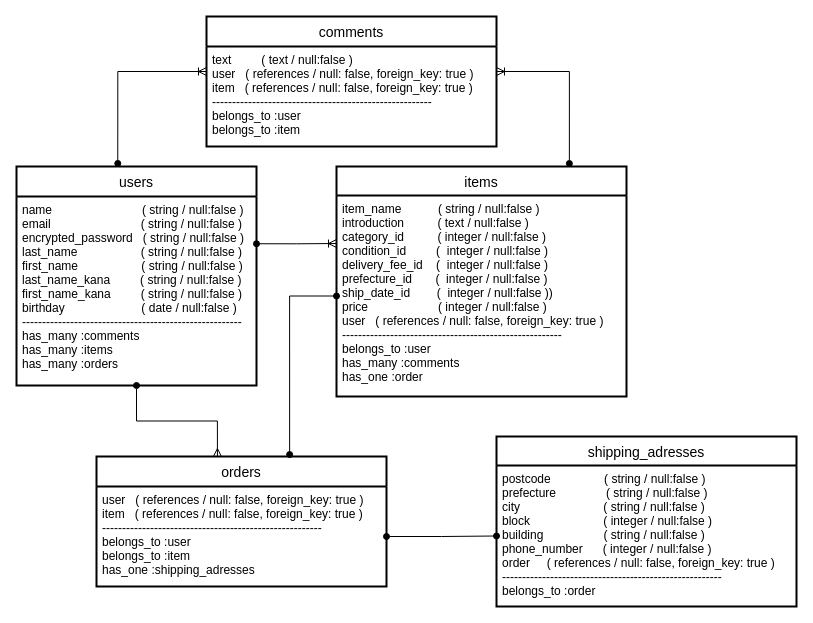
The draw.io diagram furima.dio in ynghr1226/furima-32454, before the edit. Source tidied: cells renumbered, new cells numbered last; positions are measured from the earlier drawing's top-left corner, leaving out a move shared by most shapes. Both pictures are drawn from the tidied source at 100%, with x=0, y=0 at pixel (16, 16).
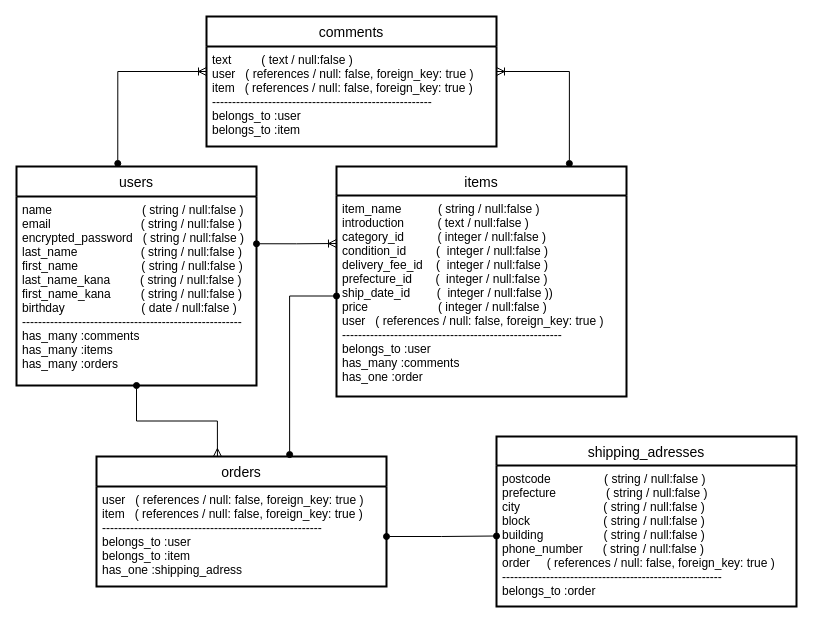
Above is the later version.

Commit message (it also covers changes not shown here):
データベース設計：レビュー修正_2

### ER図

https://gyazo.com/347c973a28c663d4bc365ed24d22b24e

What changed in the source:
```diff
@@
 <mxGraphModel>
   <root>
     <mxCell id="0" />
     <mxCell id="1" parent="0" />
     <mxCell id="2" value="users" style="swimlane;horizontal=1;startSize=30;rounded=0;fontSize=14;fontStyle=0;strokeWidth=2;shadow=0;dashed=0;align=center;" parent="1" vertex="1">
       <mxGeometry y="150" width="240" height="219" as="geometry" />
     </mxCell>
     <mxCell id="3" value="name                           ( string / null:false )&#10;email                           ( string / null:false )&#10;encrypted_password   ( string / null:false )&#10;last_name                   ( string / null:false )&#10;first_name                   ( string / null:false )&#10;last_name_kana         ( string / null:false )&#10;first_name_kana         ( string / null:false )&#10;birthday                       ( date / null:false )&#10;-------------------------------------------------------&#10;has_many :comments&#10;has_many :items&#10;has_many :orders " style="align=left;strokeColor=none;fillColor=none;spacingLeft=4;fontSize=12;verticalAlign=top;" parent="2" vertex="1">
       <mxGeometry y="30" width="240" height="189" as="geometry" />
     </mxCell>
     <mxCell id="4" value="items" style="swimlane;horizontal=1;startSize=29;rounded=0;fontSize=14;fontStyle=0;strokeWidth=2;shadow=0;align=center;" parent="1" vertex="1">
       <mxGeometry x="320" y="150" width="290" height="230" as="geometry" />
     </mxCell>
     <mxCell id="5" value="item_name           ( string / null:false )&#10;introduction          ( text / null:false )&#10;category_id          ( integer / null:false )&#10;condition_id         (  integer / null:false )&#10;delivery_fee_id    (  integer / null:false )&#10;prefecture_id       (  integer / null:false )&#10;ship_date_id        (  integer / null:false ))&#10;price                     ( integer / null:false )&#10;user   ( references / null: false, foreign_key: true )&#10;-------------------------------------------------------&#10;belongs_to :user&#10;has_many :comments&#10;has_one :order" style="align=left;strokeColor=none;fillColor=none;spacingLeft=4;fontSize=12;verticalAlign=top;dashed=1;" parent="4" vertex="1">
       <mxGeometry y="29" width="290" height="201" as="geometry" />
     </mxCell>
     <mxCell id="6" value="shipping_adresses" style="swimlane;horizontal=1;startSize=29;rounded=0;fontSize=14;fontStyle=0;strokeWidth=2;shadow=0;align=center;" parent="1" vertex="1">
       <mxGeometry x="480" y="420" width="300" height="170" as="geometry" />
     </mxCell>
-    <mxCell id="7" value="postcode                ( string / null:false )&#10;prefecture               ( string / null:false )&#10;city                         ( string / null:false )&#10;block                      ( integer / null:false )&#10;building                  ( string / null:false )&#10;phone_number      ( integer / null:false )&#10;order     ( references / null: false, foreign_key: true )&#10;-------------------------------------------------------&#10;belongs_to :order&#10;" style="align=left;strokeColor=none;fillColor=none;spacingLeft=4;fontSize=12;verticalAlign=top;dashed=1;" parent="6" vertex="1">
+    <mxCell id="7" value="postcode                ( string / null:false )&#10;prefecture               ( string / null:false )&#10;city                         ( string / null:false )&#10;block                      ( string / null:false )&#10;building                  ( string / null:false )&#10;phone_number      ( string / null:false )&#10;order     ( references / null: false, foreign_key: true )&#10;-------------------------------------------------------&#10;belongs_to :order&#10;" style="align=left;strokeColor=none;fillColor=none;spacingLeft=4;fontSize=12;verticalAlign=top;dashed=1;" parent="6" vertex="1">
       <mxGeometry y="29" width="300" height="141" as="geometry" />
     </mxCell>
     <mxCell id="8" value="orders" style="swimlane;horizontal=1;startSize=30;rounded=0;fontSize=14;fontStyle=0;strokeWidth=2;shadow=0;dashed=0;align=center;" parent="1" vertex="1">
       <mxGeometry x="80" y="440" width="290" height="130" as="geometry" />
     </mxCell>
-    <mxCell id="9" value="user   ( references / null: false, foreign_key: true )&#10;item   ( references / null: false, foreign_key: true )&#10;-------------------------------------------------------&#10;belongs_to :user&#10;belongs_to :item&#10;has_one :shipping_adresses" style="align=left;strokeColor=none;fillColor=none;spacingLeft=4;fontSize=12;verticalAlign=top;" parent="8" vertex="1">
+    <mxCell id="9" value="user   ( references / null: false, foreign_key: true )&#10;item   ( references / null: false, foreign_key: true )&#10;-------------------------------------------------------&#10;belongs_to :user&#10;belongs_to :item&#10;has_one :shipping_adress" style="align=left;strokeColor=none;fillColor=none;spacingLeft=4;fontSize=12;verticalAlign=top;" parent="8" vertex="1">
       <mxGeometry y="30" width="290" height="100" as="geometry" />
     </mxCell>
     <mxCell id="10" value="comments" style="swimlane;horizontal=1;startSize=30;rounded=0;fontSize=14;fontStyle=0;strokeWidth=2;shadow=0;dashed=0;align=center;" parent="1" vertex="1">
       <mxGeometry x="190" width="290" height="130" as="geometry" />
     </mxCell>
     <mxCell id="11" value="text         ( text / null:false )&#10;user   ( references / null: false, foreign_key: true )&#10;item   ( references / null: false, foreign_key: true )&#10;-------------------------------------------------------&#10;belongs_to :user&#10;belongs_to :item" style="align=left;strokeColor=none;fillColor=none;spacingLeft=4;fontSize=12;verticalAlign=top;" parent="10" vertex="1">
       <mxGeometry y="30" width="290" height="100" as="geometry" />
     </mxCell>
     <mxCell id="12" style="edgeStyle=orthogonalEdgeStyle;rounded=0;jettySize=auto;html=1;exitX=0.5;exitY=1;exitDx=0;exitDy=0;startArrow=oval;startFill=1;endArrow=ERmany;endFill=0;entryX=0.417;entryY=0;entryDx=0;entryDy=0;entryPerimeter=0;" parent="1" edge="1" source="3" target="8">
       <mxGeometry relative="1" as="geometry" />
     </mxCell>
     <mxCell id="13" style="edgeStyle=orthogonalEdgeStyle;rounded=0;jettySize=auto;html=1;exitX=0;exitY=0.5;exitDx=0;exitDy=0;entryX=0.666;entryY=-0.015;entryDx=0;entryDy=0;entryPerimeter=0;startArrow=oval;startFill=1;endArrow=oval;endFill=1;" parent="1" edge="1" source="5" target="8">
       <mxGeometry relative="1" as="geometry" />
     </mxCell>
     <mxCell id="14" style="edgeStyle=orthogonalEdgeStyle;rounded=0;jettySize=auto;html=1;exitX=1;exitY=0.25;exitDx=0;exitDy=0;startArrow=oval;startFill=1;endArrow=ERoneToMany;endFill=0;" parent="1" edge="1" source="3">
       <mxGeometry relative="1" as="geometry">
         <mxPoint x="320" y="227" as="targetPoint" />
       </mxGeometry>
     </mxCell>
     <mxCell id="15" style="edgeStyle=orthogonalEdgeStyle;rounded=0;jettySize=auto;html=1;exitX=1;exitY=0.5;exitDx=0;exitDy=0;startArrow=oval;startFill=1;endArrow=oval;endFill=1;" parent="1" edge="1" source="9" target="7">
       <mxGeometry relative="1" as="geometry" />
     </mxCell>
     <mxCell id="16" style="edgeStyle=orthogonalEdgeStyle;rounded=0;jettySize=auto;html=1;exitX=1;exitY=0.25;exitDx=0;exitDy=0;entryX=0.803;entryY=-0.013;entryDx=0;entryDy=0;entryPerimeter=0;startArrow=ERoneToMany;startFill=0;endArrow=oval;endFill=1;" parent="1" edge="1" source="11" target="4">
       <mxGeometry relative="1" as="geometry" />
     </mxCell>
     <mxCell id="17" style="edgeStyle=orthogonalEdgeStyle;rounded=0;jettySize=auto;html=1;exitX=0;exitY=0.25;exitDx=0;exitDy=0;entryX=0.422;entryY=-0.014;entryDx=0;entryDy=0;entryPerimeter=0;startArrow=ERoneToMany;startFill=0;endArrow=oval;endFill=1;" parent="1" edge="1" source="11" target="2">
       <mxGeometry relative="1" as="geometry" />
     </mxCell>
   </root>
 </mxGraphModel>
```
